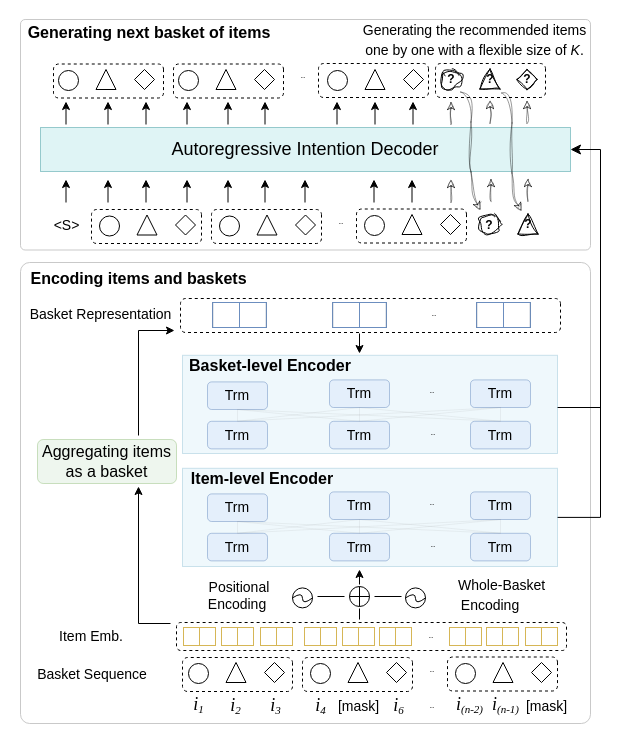
Above: architecture.drawio in wenqisun/data (draw.io), before the change. Source tidied: cells renumbered, new cells numbered last; positions are measured from the earlier drawing's top-left corner, leaving out a move shared by most shapes. Both pictures are drawn from the tidied source at 100%, with x=0, y=0 at pixel (17, 17).
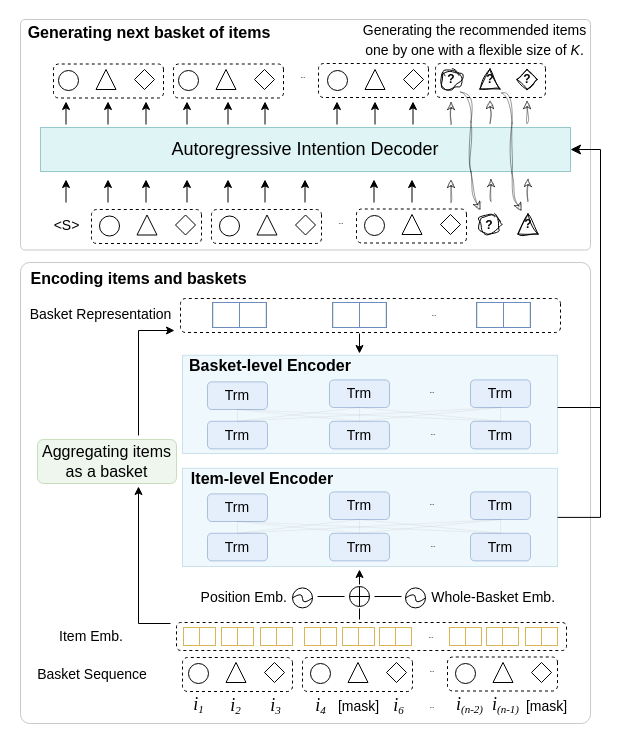
Above is the later version.

Diff of the diagram source:
```diff
@@
-    <mxCell id="87" value="&lt;font style=&quot;font-size: 14px;&quot;&gt;&amp;nbsp;Positional Encoding&lt;/font&gt;" style="text;strokeColor=none;align=center;fillColor=none;html=1;verticalAlign=middle;whiteSpace=wrap;rounded=0;fontSize=14;" parent="1" vertex="1">
-      <mxGeometry x="180" y="560" width="80" height="36" as="geometry" />
+    <mxCell id="87" value="&lt;font style=&quot;font-size: 14px;&quot;&gt;&amp;nbsp; &amp;nbsp; Position Emb.&lt;/font&gt;" style="text;strokeColor=none;align=center;fillColor=none;html=1;verticalAlign=middle;whiteSpace=wrap;rounded=0;fontSize=14;" parent="1" vertex="1">
+      <mxGeometry x="160" y="562" width="118" height="36" as="geometry" />
     </mxCell>
-    <mxCell id="88" value="&lt;font style=&quot;font-size: 14px;&quot;&gt;&amp;nbsp; &amp;nbsp; &amp;nbsp; Whole-Basket Encoding&lt;/font&gt;" style="text;strokeColor=none;align=center;fillColor=none;html=1;verticalAlign=middle;whiteSpace=wrap;rounded=0;fontSize=16;" parent="1" vertex="1">
-      <mxGeometry x="413" y="562" width="120" height="30" as="geometry" />
+    <mxCell id="88" value="&lt;font style=&quot;font-size: 14px;&quot;&gt;&amp;nbsp; &amp;nbsp; &amp;nbsp; Whole-Basket Emb.&lt;/font&gt;" style="text;strokeColor=none;align=center;fillColor=none;html=1;verticalAlign=middle;whiteSpace=wrap;rounded=0;fontSize=16;" parent="1" vertex="1">
+      <mxGeometry x="381" y="564" width="167" height="30" as="geometry" />
     </mxCell>
```
